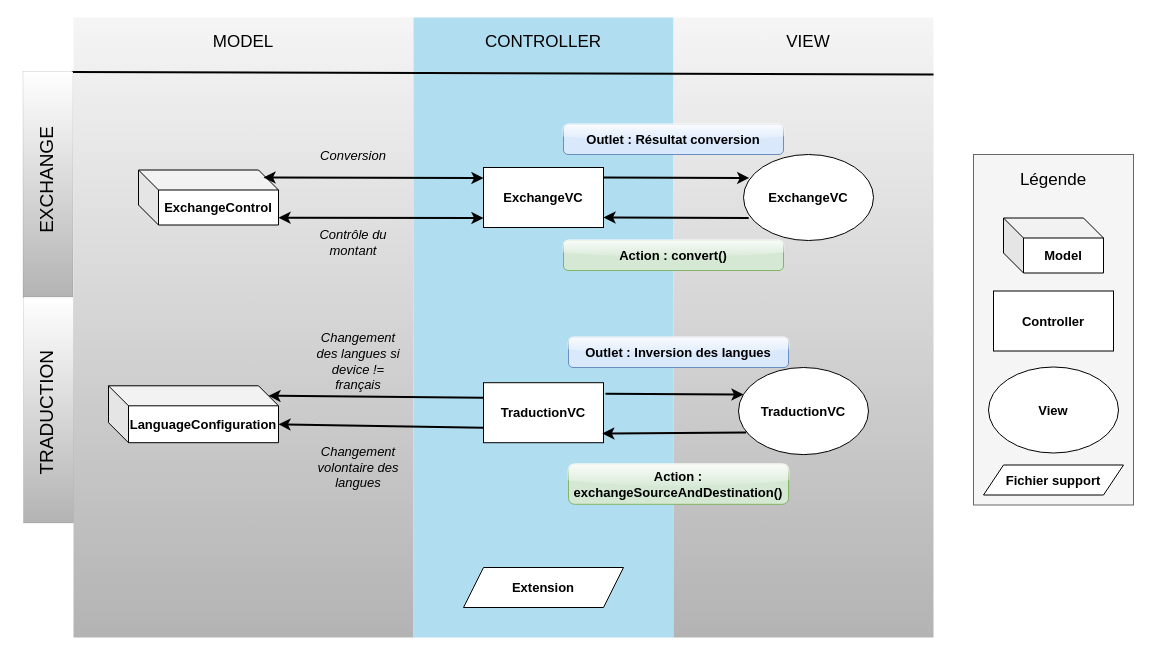
Above: Divers/structure_mvc_2.drawio in MickaeliOS/OpenClassrooms-P9-LeBaluchon (draw.io), before the change. Source tidied: cells renumbered, new cells numbered last; positions are measured from the earlier drawing's top-left corner, leaving out a move shared by most shapes. Both pictures are drawn from the tidied source at 100%, with x=0, y=0 at pixel (-1, 17).
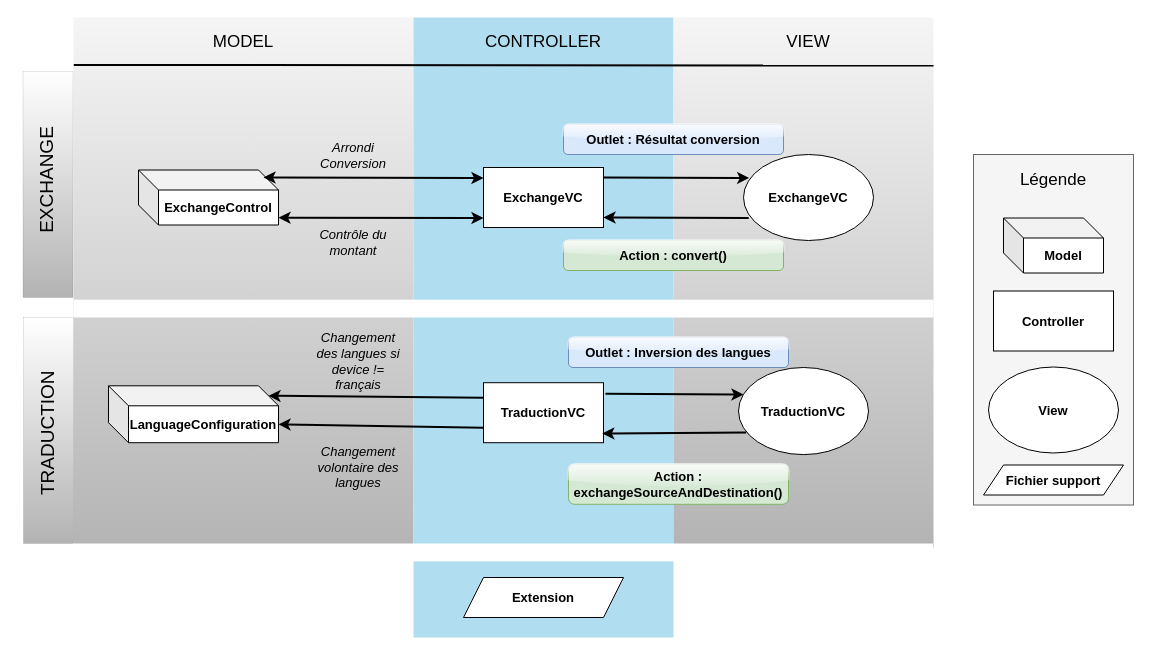
The same page after the edit.

Change to the diagram source:
```diff
@@
     <mxCell id="3" style="rounded=0;whiteSpace=wrap;html=1;strokeWidth=4;fillColor=#f5f5f5;strokeColor=none;shadow=0;sketch=0;glass=0;fillStyle=auto;fontColor=#333333;gradientColor=#B3B3B3;" parent="1" vertex="1">
-      <mxGeometry x="74" width="340" height="620" as="geometry" />
+      <mxGeometry x="74" width="340" height="540" as="geometry" />
     </mxCell>
@@
     <mxCell id="5" style="rounded=0;whiteSpace=wrap;html=1;strokeWidth=4;fillColor=#f5f5f5;strokeColor=none;glass=0;sketch=0;shadow=0;fontColor=#333333;gradientColor=#B3B3B3;" parent="1" vertex="1">
-      <mxGeometry x="674" width="260" height="620" as="geometry" />
+      <mxGeometry x="674" width="260" height="530" as="geometry" />
     </mxCell>
@@
-    <mxCell id="9" style="endArrow=none;html=1;rounded=0;strokeWidth=2;entryX=1;entryY=0.067;entryDx=0;entryDy=0;entryPerimeter=0;exitX=-0.005;exitY=0.088;exitDx=0;exitDy=0;exitPerimeter=0;" parent="1" edge="1" source="3">
+    <mxCell id="9" style="endArrow=none;html=1;rounded=0;strokeWidth=2;exitX=-0.005;exitY=0.088;exitDx=0;exitDy=0;exitPerimeter=0;" parent="1" edge="1">
       <mxGeometry relative="1" as="geometry">
-        <mxPoint x="934" y="56.9" as="targetPoint" />
+        <mxPoint x="74.3" y="47.5" as="sourcePoint" />
+        <mxPoint x="934" y="48" as="targetPoint" />
       </mxGeometry>
     </mxCell>
@@
-    <mxCell id="30" value="Conversion" style="text;html=1;strokeColor=none;fillColor=none;align=center;verticalAlign=middle;whiteSpace=wrap;rounded=0;fontSize=13;fontStyle=2;" parent="1" vertex="1">
+    <mxCell id="30" value="Arrondi Conversion" style="text;html=1;strokeColor=none;fillColor=none;align=center;verticalAlign=middle;whiteSpace=wrap;rounded=0;fontSize=13;fontStyle=2;" parent="1" vertex="1">
       <mxGeometry x="299" y="122.5" width="110" height="30" as="geometry" />
     </mxCell>
@@
     <mxCell id="38" value="Extension" style="shape=parallelogram;perimeter=parallelogramPerimeter;whiteSpace=wrap;html=1;fixedSize=1;fontSize=13;fontStyle=1;" parent="1" vertex="1">
-      <mxGeometry x="464" y="550" width="160" height="40" as="geometry" />
+      <mxGeometry x="464" y="560" width="160" height="40" as="geometry" />
     </mxCell>
@@
     <mxCell id="41" style="rounded=0;whiteSpace=wrap;html=1;shadow=0;glass=0;labelBackgroundColor=none;sketch=0;fillStyle=auto;strokeColor=#000000;strokeWidth=0;fontSize=13;fontColor=#000000;fillColor=default;gradientColor=#B3B3B3;" parent="1" vertex="1">
-      <mxGeometry x="24" y="279.5" width="50" height="226" as="geometry" />
+      <mxGeometry x="24" y="300" width="50" height="226" as="geometry" />
     </mxCell>
     <mxCell id="42" value="TRADUCTION" style="text;html=1;strokeColor=none;fillColor=none;align=center;verticalAlign=middle;whiteSpace=wrap;rounded=0;shadow=0;glass=0;labelBackgroundColor=none;sketch=0;fillStyle=auto;strokeWidth=0;fontSize=19;fontColor=#000000;rotation=-90;" parent="1" vertex="1">
-      <mxGeometry x="1" y="365.2" width="95" height="60" as="geometry" />
+      <mxGeometry x="1" y="385.7" width="95" height="60" as="geometry" />
     </mxCell>
+    <mxCell id="43" style="rounded=0;whiteSpace=wrap;html=1;glass=0;strokeWidth=4;fontSize=13;strokeColor=none;" parent="1" vertex="1">
+      <mxGeometry x="74" y="282.2" width="860" height="17.8" as="geometry" />
+    </mxCell>
+    <mxCell id="44" style="rounded=0;whiteSpace=wrap;html=1;glass=0;strokeWidth=4;fontSize=13;strokeColor=none;" parent="1" vertex="1">
+      <mxGeometry x="73.5" y="526" width="860" height="17.8" as="geometry" />
+    </mxCell>
```
